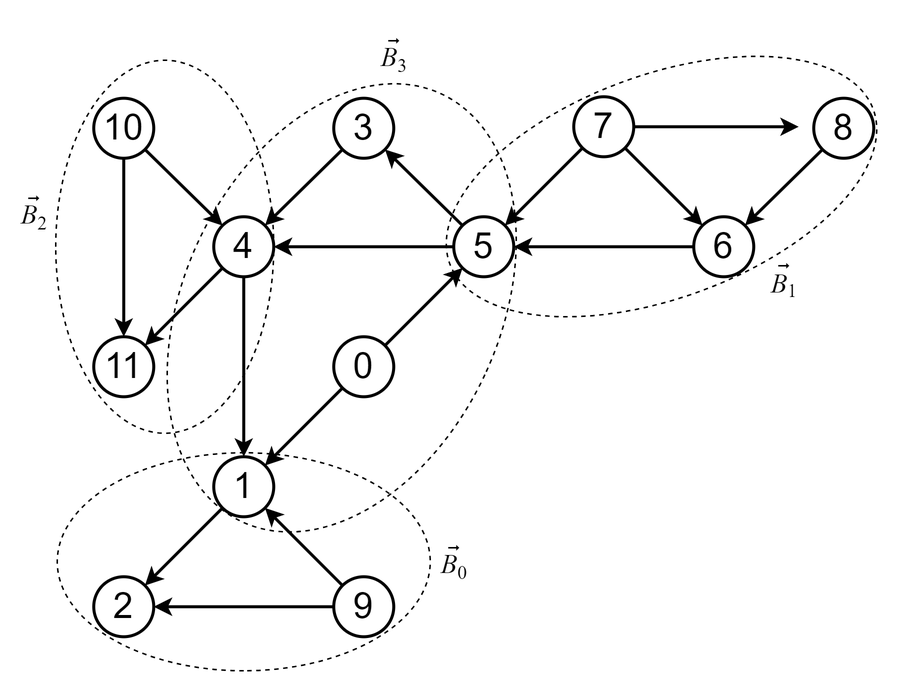
The draw.io diagram thesis/images/graph_ex_components.png in IC-99/book-embeddings, before a commit. Source tidied: cells renumbered, new cells last; positions are measured from the earlier drawing's top-left corner, leaving out a move shared by most shapes.
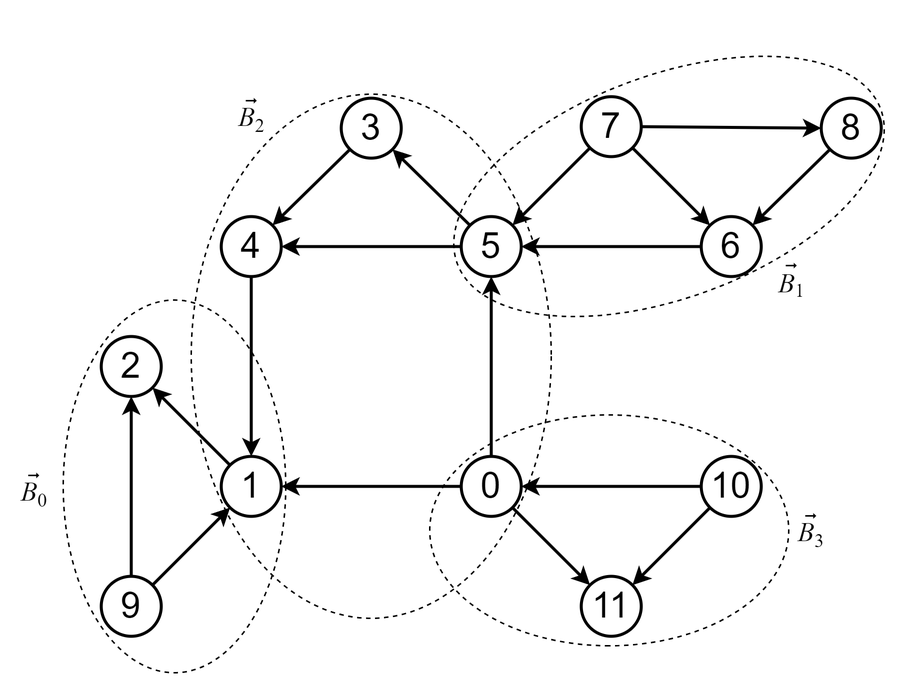
Above is the later version.

Diff of the diagram source:
```diff
@@ -3,75 +3,72 @@
     <mxCell id="0" />
     <mxCell id="1" parent="0" />
     <mxCell id="2" style="ellipse;whiteSpace=wrap;html=1;fillColor=none;dashed=1;rotation=70;" parent="1" vertex="1">
-      <mxGeometry x="364.1" y="-0.4" width="148.8" height="300.5" as="geometry" />
+      <mxGeometry x="244.1" y="-0.4" width="148.8" height="300.5" as="geometry" />
     </mxCell>
-    <mxCell id="3" style="ellipse;whiteSpace=wrap;html=1;fillColor=none;dashed=1;rotation=-180;" parent="1" vertex="1">
-      <mxGeometry x="34.7" y="65.7" width="145.3" height="248.7" as="geometry" />
-    </mxCell>
-    <mxCell id="4" style="ellipse;whiteSpace=wrap;html=1;fillColor=none;dashed=1;rotation=90;" parent="1" vertex="1">
-      <mxGeometry x="87.3" y="275.7" width="145.3" height="248.7" as="geometry" />
+    <mxCell id="4" style="ellipse;whiteSpace=wrap;html=1;fillColor=none;dashed=1;rotation=0;" parent="1" vertex="1">
+      <mxGeometry x="-85.3" y="225.7" width="148.3" height="248.7" as="geometry" />
     </mxCell>
-    <mxCell id="5" style="ellipse;whiteSpace=wrap;html=1;fillColor=none;dashed=1;rotation=25;" parent="1" vertex="1">
-      <mxGeometry x="120" y="73.4" width="210.7" height="314.7" as="geometry" />
+    <mxCell id="5" style="ellipse;whiteSpace=wrap;html=1;fillColor=none;dashed=1;rotation=0;" parent="1" vertex="1">
+      <mxGeometry y="88.3" width="240" height="349.7" as="geometry" />
     </mxCell>
     <mxCell id="6" value="&lt;font face=&quot;Helvetica&quot; style=&quot;font-size: 24px;&quot;&gt;1&lt;/font&gt;" style="ellipse;whiteSpace=wrap;html=1;strokeWidth=2;" parent="1" vertex="1">
-      <mxGeometry x="140" y="330" width="40" height="40" as="geometry" />
+      <mxGeometry x="20" y="330" width="40" height="40" as="geometry" />
     </mxCell>
     <mxCell id="7" value="&lt;font face=&quot;Helvetica&quot; style=&quot;font-size: 24px;&quot;&gt;9&lt;/font&gt;" style="ellipse;whiteSpace=wrap;html=1;strokeWidth=2;" parent="1" vertex="1">
-      <mxGeometry x="220" y="410" width="40" height="40" as="geometry" />
+      <mxGeometry x="-60" y="410" width="40" height="40" as="geometry" />
     </mxCell>
     <mxCell id="8" value="&lt;font face=&quot;Helvetica&quot; style=&quot;font-size: 24px;&quot;&gt;2&lt;/font&gt;" style="ellipse;whiteSpace=wrap;html=1;strokeWidth=2;" parent="1" vertex="1">
-      <mxGeometry x="60" y="410" width="40" height="40" as="geometry" />
+      <mxGeometry x="-60" y="250" width="40" height="40" as="geometry" />
     </mxCell>
-    <mxCell id="9" style="endArrow=classic;html=1;rounded=0;exitX=0;exitY=0;exitDx=0;exitDy=0;entryX=1;entryY=1;entryDx=0;entryDy=0;strokeWidth=2;" parent="1" edge="1" source="7" target="6">
+    <mxCell id="9" style="endArrow=classic;html=1;rounded=0;exitX=1;exitY=0;exitDx=0;exitDy=0;entryX=0;entryY=1;entryDx=0;entryDy=0;strokeWidth=2;" parent="1" edge="1" source="7" target="6">
       <mxGeometry relative="1" as="geometry" />
     </mxCell>
-    <mxCell id="10" style="endArrow=classic;html=1;rounded=0;exitX=0;exitY=0.5;exitDx=0;exitDy=0;entryX=1;entryY=0.5;entryDx=0;entryDy=0;strokeWidth=2;" parent="1" edge="1" source="7" target="8">
+    <mxCell id="10" style="endArrow=classic;html=1;rounded=0;entryX=0.5;entryY=1;entryDx=0;entryDy=0;strokeWidth=2;" parent="1" edge="1" source="7" target="8">
       <mxGeometry relative="1" as="geometry" />
     </mxCell>
-    <mxCell id="11" style="endArrow=classic;html=1;rounded=0;exitX=0;exitY=1;exitDx=0;exitDy=0;entryX=1;entryY=0;entryDx=0;entryDy=0;strokeWidth=2;" parent="1" edge="1" source="6" target="8">
+    <mxCell id="11" style="endArrow=classic;html=1;rounded=0;exitX=0;exitY=0;exitDx=0;exitDy=0;entryX=1;entryY=1;entryDx=0;entryDy=0;strokeWidth=2;" parent="1" edge="1" source="6" target="8">
       <mxGeometry relative="1" as="geometry" />
     </mxCell>
     <mxCell id="12" value="&lt;i style=&quot;font-size: 18px;&quot;&gt;B&lt;/i&gt;&lt;sub style=&quot;&quot;&gt;&lt;font style=&quot;font-size: 12.5px;&quot;&gt;1&lt;/font&gt;&lt;/sub&gt;" style="text;html=1;align=center;verticalAlign=middle;strokeColor=none;fillColor=none;strokeWidth=1;fontFamily=Times New Roman;fontStyle=0;" parent="1" vertex="1">
-      <mxGeometry x="500" y="196" width="40" height="40" as="geometry" />
+      <mxGeometry x="380" y="196" width="40" height="40" as="geometry" />
     </mxCell>
     <mxCell id="13" value="&lt;span style=&quot;&quot;&gt;&lt;span style=&quot;font-style: italic; font-size: 18px;&quot;&gt;B&lt;/span&gt;&lt;span style=&quot;font-size: 15px;&quot;&gt;&lt;sub style=&quot;&quot;&gt;0&lt;/sub&gt;&lt;/span&gt;&lt;/span&gt;" style="text;html=1;align=center;verticalAlign=middle;strokeColor=none;fillColor=none;strokeWidth=1;fontFamily=Times New Roman;fontStyle=0;" parent="1" vertex="1">
-      <mxGeometry x="280" y="382.5" width="40" height="40" as="geometry" />
+      <mxGeometry x="-125.3" y="335" width="40" height="40" as="geometry" />
     </mxCell>
-    <mxCell id="14" value="&lt;span style=&quot;&quot;&gt;&lt;span style=&quot;font-style: italic; font-size: 18px;&quot;&gt;B&lt;/span&gt;&lt;span style=&quot;font-size: 15px;&quot;&gt;&lt;sub style=&quot;&quot;&gt;2&lt;/sub&gt;&lt;/span&gt;&lt;/span&gt;" style="text;html=1;align=center;verticalAlign=middle;strokeColor=none;fillColor=none;strokeWidth=1;fontFamily=Times New Roman;fontStyle=0;" parent="1" vertex="1">
-      <mxGeometry y="150" width="40" height="40" as="geometry" />
+    <mxCell id="14" value="&lt;span style=&quot;&quot;&gt;&lt;span style=&quot;font-style: italic; font-size: 18px;&quot;&gt;B&lt;/span&gt;&lt;span style=&quot;font-size: 15px;&quot;&gt;&lt;sub style=&quot;&quot;&gt;3&lt;/sub&gt;&lt;/span&gt;&lt;/span&gt;" style="text;html=1;align=center;verticalAlign=middle;strokeColor=none;fillColor=none;strokeWidth=1;fontFamily=Times New Roman;fontStyle=0;" parent="1" vertex="1">
+      <mxGeometry x="392.9" y="361.8" width="40" height="40" as="geometry" />
     </mxCell>
-    <mxCell id="15" value="&lt;span style=&quot;&quot;&gt;&lt;span style=&quot;font-style: italic; font-size: 18px;&quot;&gt;B&lt;/span&gt;&lt;span style=&quot;font-size: 15px;&quot;&gt;&lt;sub style=&quot;&quot;&gt;3&lt;/sub&gt;&lt;/span&gt;&lt;/span&gt;" style="text;html=1;align=center;verticalAlign=middle;strokeColor=none;fillColor=none;strokeWidth=1;fontFamily=Times New Roman;fontStyle=0;" parent="1" vertex="1">
-      <mxGeometry x="240" y="45" width="40" height="40" as="geometry" />
+    <mxCell id="15" value="&lt;span style=&quot;&quot;&gt;&lt;span style=&quot;font-style: italic; font-size: 18px;&quot;&gt;B&lt;/span&gt;&lt;span style=&quot;font-size: 15px;&quot;&gt;&lt;sub style=&quot;&quot;&gt;2&lt;/sub&gt;&lt;/span&gt;&lt;/span&gt;" style="text;html=1;align=center;verticalAlign=middle;strokeColor=none;fillColor=none;strokeWidth=1;fontFamily=Times New Roman;fontStyle=0;" parent="1" vertex="1">
+      <mxGeometry x="20" y="85" width="40" height="40" as="geometry" />
     </mxCell>
     <mxCell id="16" value="&lt;var class=&quot;vector&quot;&gt;&lt;span&gt;&lt;font style=&quot;font-size: 18px;&quot;&gt;⃗&lt;/font&gt;&lt;/span&gt;&lt;/var&gt;" style="text;html=1;align=center;verticalAlign=middle;strokeColor=none;fillColor=none;fontFamily=Times New Roman;fontStyle=0;" parent="1" vertex="1">
-      <mxGeometry x="10" y="145" width="20" height="40" as="geometry" />
+      <mxGeometry x="402.9" y="356.8" width="20" height="40" as="geometry" />
     </mxCell>
     <mxCell id="17" value="&lt;var class=&quot;vector&quot;&gt;&lt;span&gt;&lt;font style=&quot;font-size: 18px;&quot;&gt;⃗&lt;/font&gt;&lt;/span&gt;&lt;/var&gt;" style="text;html=1;align=center;verticalAlign=middle;strokeColor=none;fillColor=none;fontFamily=Times New Roman;" parent="1" vertex="1">
-      <mxGeometry x="510" y="190" width="20" height="40" as="geometry" />
+      <mxGeometry x="390" y="190" width="20" height="40" as="geometry" />
     </mxCell>
     <mxCell id="18" value="&lt;var class=&quot;vector&quot;&gt;&lt;span&gt;&lt;font style=&quot;font-size: 18px;&quot;&gt;⃗&lt;/font&gt;&lt;/span&gt;&lt;/var&gt;" style="text;html=1;align=center;verticalAlign=middle;strokeColor=none;fillColor=none;fontFamily=Times New Roman;" parent="1" vertex="1">
-      <mxGeometry x="290" y="377.5" width="20" height="40" as="geometry" />
+      <mxGeometry x="-115.3" y="330" width="20" height="40" as="geometry" />
     </mxCell>
     <mxCell id="19" value="&lt;var class=&quot;vector&quot;&gt;&lt;span&gt;&lt;font style=&quot;font-size: 18px;&quot;&gt;⃗&lt;/font&gt;&lt;/span&gt;&lt;/var&gt;" style="text;html=1;align=center;verticalAlign=middle;strokeColor=none;fillColor=none;fontFamily=Times New Roman;" parent="1" vertex="1">
-      <mxGeometry x="250" y="40" width="20" height="40" as="geometry" />
+      <mxGeometry x="30" y="80" width="20" height="40" as="geometry" />
     </mxCell>
     <mxCell id="20" value="&lt;font face=&quot;Helvetica&quot; style=&quot;font-size: 24px;&quot;&gt;4&lt;/font&gt;" style="ellipse;whiteSpace=wrap;html=1;strokeWidth=2;" parent="1" vertex="1">
-      <mxGeometry x="140" y="170" width="40" height="40" as="geometry" />
+      <mxGeometry x="20" y="170" width="40" height="40" as="geometry" />
     </mxCell>
     <mxCell id="21" value="&lt;font face=&quot;Helvetica&quot; style=&quot;font-size: 24px;&quot;&gt;5&lt;/font&gt;" style="ellipse;whiteSpace=wrap;html=1;strokeWidth=2;" parent="1" vertex="1">
-      <mxGeometry x="300" y="170" width="40" height="40" as="geometry" />
+      <mxGeometry x="180" y="170" width="40" height="40" as="geometry" />
     </mxCell>
     <mxCell id="22" value="&lt;font face=&quot;Helvetica&quot; style=&quot;font-size: 24px;&quot;&gt;3&lt;/font&gt;" style="ellipse;whiteSpace=wrap;html=1;strokeWidth=2;" parent="1" vertex="1">
-      <mxGeometry x="220" y="91" width="40" height="40" as="geometry" />
+      <mxGeometry x="100" y="91" width="40" height="40" as="geometry" />
     </mxCell>
     <mxCell id="23" value="&lt;font face=&quot;Helvetica&quot; style=&quot;font-size: 24px;&quot;&gt;0&lt;/font&gt;" style="ellipse;whiteSpace=wrap;html=1;strokeWidth=2;" parent="1" vertex="1">
-      <mxGeometry x="220" y="250" width="40" height="40" as="geometry" />
+      <mxGeometry x="180" y="330" width="40" height="40" as="geometry" />
     </mxCell>
-    <mxCell id="24" style="endArrow=classic;html=1;rounded=0;exitX=0;exitY=1;exitDx=0;exitDy=0;strokeWidth=2;entryX=1;entryY=0;entryDx=0;entryDy=0;" parent="1" edge="1" source="23" target="6">
+    <mxCell id="24" style="endArrow=classic;html=1;rounded=0;exitX=0;exitY=0.5;exitDx=0;exitDy=0;strokeWidth=2;entryX=1;entryY=0.5;entryDx=0;entryDy=0;" parent="1" edge="1" source="23" target="6">
       <mxGeometry relative="1" as="geometry" />
     </mxCell>
-    <mxCell id="25" style="endArrow=classic;html=1;rounded=0;exitX=1;exitY=0;exitDx=0;exitDy=0;strokeWidth=2;entryX=0;entryY=1;entryDx=0;entryDy=0;" parent="1" edge="1" source="23" target="21">
+    <mxCell id="25" style="endArrow=classic;html=1;rounded=0;strokeWidth=2;entryX=0.5;entryY=1;entryDx=0;entryDy=0;exitX=0.5;exitY=0;exitDx=0;exitDy=0;" parent="1" edge="1" source="23" target="21">
       <mxGeometry relative="1" as="geometry" />
     </mxCell>
     <mxCell id="26" style="endArrow=classic;html=1;rounded=0;exitX=0;exitY=0.5;exitDx=0;exitDy=0;strokeWidth=2;entryX=1;entryY=0.5;entryDx=0;entryDy=0;" parent="1" edge="1" source="21" target="20">
@@ -87,28 +84,22 @@
       <mxGeometry relative="1" as="geometry" />
     </mxCell>
     <mxCell id="30" value="&lt;font face=&quot;Helvetica&quot; style=&quot;font-size: 24px;&quot;&gt;10&lt;/font&gt;" style="ellipse;whiteSpace=wrap;html=1;strokeWidth=2;" parent="1" vertex="1">
-      <mxGeometry x="60" y="91" width="40" height="40" as="geometry" />
+      <mxGeometry x="340" y="330" width="40" height="40" as="geometry" />
     </mxCell>
     <mxCell id="31" value="&lt;font face=&quot;Helvetica&quot; style=&quot;font-size: 24px;&quot;&gt;11&lt;/font&gt;" style="ellipse;whiteSpace=wrap;html=1;strokeWidth=2;" parent="1" vertex="1">
-      <mxGeometry x="60" y="250" width="40" height="40" as="geometry" />
+      <mxGeometry x="260" y="410" width="40" height="40" as="geometry" />
     </mxCell>
-    <mxCell id="32" style="endArrow=classic;html=1;rounded=0;exitX=0;exitY=1;exitDx=0;exitDy=0;strokeWidth=2;entryX=1;entryY=0;entryDx=0;entryDy=0;" parent="1" edge="1" source="20" target="31">
-      <mxGeometry relative="1" as="geometry" />
-    </mxCell>
-    <mxCell id="33" style="endArrow=classic;html=1;rounded=0;exitX=0.5;exitY=1;exitDx=0;exitDy=0;strokeWidth=2;entryX=0.5;entryY=0;entryDx=0;entryDy=0;" parent="1" edge="1" source="30" target="31">
+    <mxCell id="33" style="endArrow=classic;html=1;rounded=0;exitX=0;exitY=1;exitDx=0;exitDy=0;strokeWidth=2;entryX=1;entryY=0;entryDx=0;entryDy=0;" parent="1" edge="1" source="30" target="31">
       <mxGeometry relative="1" as="geometry" />
     </mxCell>
-    <mxCell id="34" style="endArrow=classic;html=1;rounded=0;exitX=1;exitY=1;exitDx=0;exitDy=0;strokeWidth=2;entryX=0;entryY=0;entryDx=0;entryDy=0;" parent="1" edge="1" source="30" target="20">
-      <mxGeometry relative="1" as="geometry" />
-    </mxCell>
     <mxCell id="35" value="&lt;font face=&quot;Helvetica&quot; style=&quot;font-size: 24px;&quot;&gt;7&lt;/font&gt;" style="ellipse;whiteSpace=wrap;html=1;strokeWidth=2;" parent="1" vertex="1">
-      <mxGeometry x="380" y="90" width="40" height="40" as="geometry" />
+      <mxGeometry x="260" y="90" width="40" height="40" as="geometry" />
     </mxCell>
     <mxCell id="36" value="&lt;font face=&quot;Helvetica&quot; style=&quot;font-size: 24px;&quot;&gt;8&lt;/font&gt;" style="ellipse;whiteSpace=wrap;html=1;strokeWidth=2;" parent="1" vertex="1">
-      <mxGeometry x="540" y="91" width="40" height="40" as="geometry" />
+      <mxGeometry x="420" y="91" width="40" height="40" as="geometry" />
     </mxCell>
     <mxCell id="37" value="&lt;font face=&quot;Helvetica&quot; style=&quot;font-size: 24px;&quot;&gt;6&lt;/font&gt;" style="ellipse;whiteSpace=wrap;html=1;strokeWidth=2;" parent="1" vertex="1">
-      <mxGeometry x="460" y="170" width="40" height="40" as="geometry" />
+      <mxGeometry x="340" y="170" width="40" height="40" as="geometry" />
     </mxCell>
     <mxCell id="38" style="endArrow=classic;html=1;rounded=0;exitX=0;exitY=0.5;exitDx=0;exitDy=0;strokeWidth=2;entryX=1;entryY=0.5;entryDx=0;entryDy=0;" parent="1" edge="1" source="37" target="21">
       <mxGeometry relative="1" as="geometry" />
@@ -119,13 +110,20 @@
     <mxCell id="40" style="endArrow=classic;html=1;rounded=0;exitX=1;exitY=1;exitDx=0;exitDy=0;strokeWidth=2;" parent="1" edge="1" source="35" target="37">
       <mxGeometry relative="1" as="geometry" />
     </mxCell>
-    <mxCell id="41" style="endArrow=classic;html=1;rounded=0;exitX=1;exitY=0.5;exitDx=0;exitDy=0;strokeWidth=2;" parent="1" edge="1" source="35">
-      <mxGeometry relative="1" as="geometry">
-        <mxPoint x="530" y="110" as="targetPoint" />
-      </mxGeometry>
+    <mxCell id="41" style="endArrow=classic;html=1;rounded=0;exitX=1;exitY=0.5;exitDx=0;exitDy=0;strokeWidth=2;entryX=0;entryY=0.5;entryDx=0;entryDy=0;" parent="1" edge="1" source="35" target="36">
+      <mxGeometry relative="1" as="geometry" />
     </mxCell>
     <mxCell id="42" style="endArrow=classic;html=1;rounded=0;exitX=0;exitY=1;exitDx=0;exitDy=0;strokeWidth=2;entryX=1;entryY=0;entryDx=0;entryDy=0;" parent="1" edge="1" source="36" target="37">
       <mxGeometry relative="1" as="geometry" />
     </mxCell>
+    <mxCell id="43" style="endArrow=classic;html=1;rounded=0;exitX=0;exitY=0.5;exitDx=0;exitDy=0;strokeWidth=2;entryX=1;entryY=0.5;entryDx=0;entryDy=0;" parent="1" edge="1" source="30" target="23">
+      <mxGeometry relative="1" as="geometry" />
+    </mxCell>
+    <mxCell id="44" style="endArrow=classic;html=1;rounded=0;exitX=1;exitY=1;exitDx=0;exitDy=0;strokeWidth=2;" parent="1" edge="1" source="23" target="31">
+      <mxGeometry relative="1" as="geometry" />
+    </mxCell>
+    <mxCell id="45" style="ellipse;whiteSpace=wrap;html=1;fillColor=none;dashed=1;rotation=90;" parent="1" vertex="1">
+      <mxGeometry x="201.7" y="259.7" width="154" height="239.3" as="geometry" />
+    </mxCell>
   </root>
 </mxGraphModel>
```
